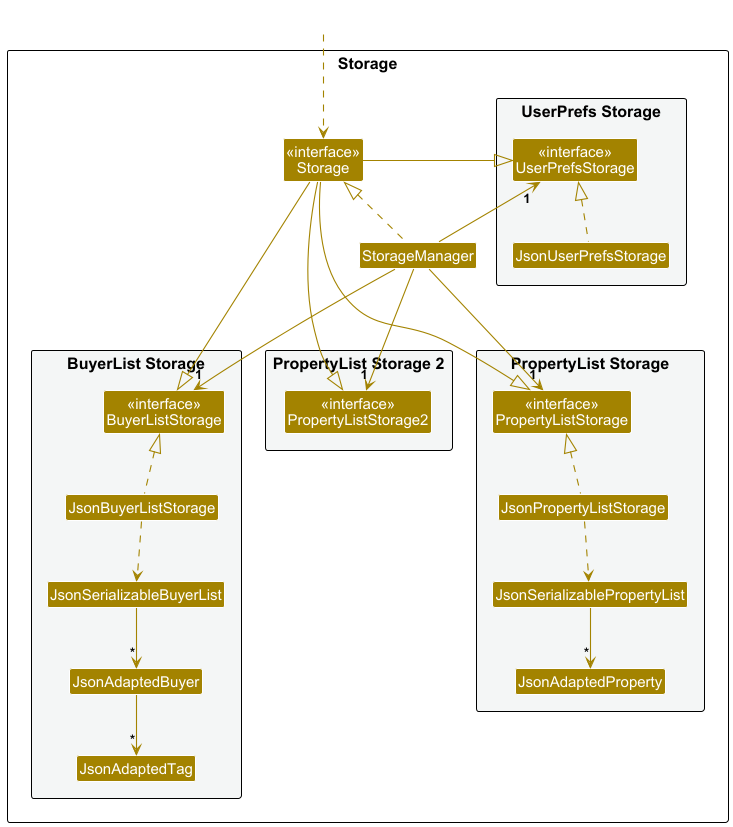
Before: docs/images/StorageClassDiagram.png, a diagram exported from PlantUML (nus-cs2103-AY2425S1/tp).
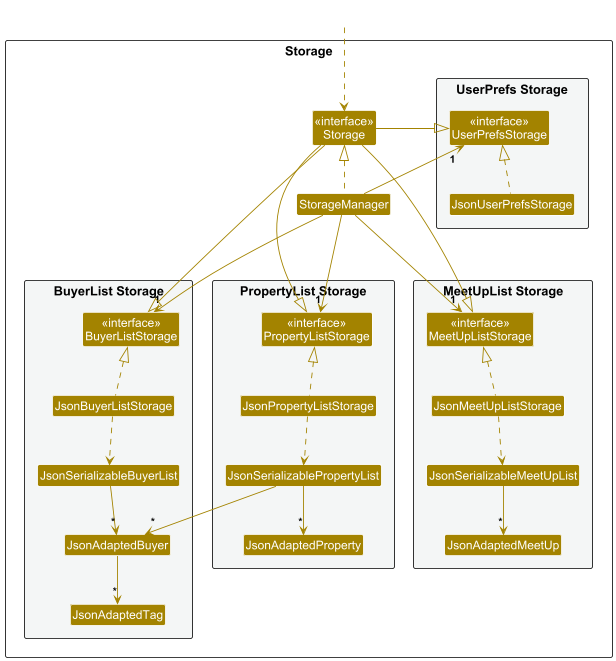
Later version of the same file.

What changed in the source:
```diff
@@ -29,8 +29,11 @@
 Class JsonAdaptedProperty
 }
 
-package "PropertyList Storage 2" #F4F6F6{
-Class "<<interface>>\nPropertyListStorage2" as PropertyListStorage2
+package "MeetUpList Storage" #F4F6F6{
+Class "<<interface>>\nMeetUpListStorage" as MeetUpListStorage
+Class JsonMeetUpListStorage
+Class JsonSerializableMeetUpList
+Class JsonAdaptedMeetUp
 }
 
 }
@@ -42,22 +45,26 @@
 StorageManager -up-> "1" UserPrefsStorage
 StorageManager -down--> "1" BuyerListStorage
 StorageManager -down--> "1" PropertyListStorage
-StorageManager -down--> "1" PropertyListStorage2
+StorageManager -down--> "1" MeetUpListStorage
 
 Storage -left--|> UserPrefsStorage
 Storage -down--|> BuyerListStorage
 Storage -down--|> PropertyListStorage
-Storage -down--|> PropertyListStorage2
+Storage -down--|> MeetUpListStorage
 
 JsonUserPrefsStorage .up.|> UserPrefsStorage
 JsonBuyerListStorage .up.|> BuyerListStorage
+JsonMeetUpListStorage .up.|> MeetUpListStorage
 JsonPropertyListStorage .up.|> PropertyListStorage
 JsonBuyerListStorage ..> JsonSerializableBuyerList
+JsonMeetUpListStorage ..> JsonSerializableMeetUpList
 JsonPropertyListStorage ..> JsonSerializablePropertyList
 JsonSerializableBuyerList --> "*" JsonAdaptedBuyer
+JsonSerializableMeetUpList --> "*" JsonAdaptedMeetUp
 JsonSerializablePropertyList --> "*" JsonAdaptedProperty
+JsonSerializablePropertyList --> "*" JsonAdaptedBuyer
 JsonAdaptedBuyer --> "*" JsonAdaptedTag
 
-BuyerListStorage -right[hidden]- PropertyListStorage2
-PropertyListStorage2 -right[hidden]- PropertyListStorage
+BuyerListStorage -right[hidden]- MeetUpListStorage
+MeetUpListStorage -right[hidden]- PropertyListStorage
 @enduml
```
